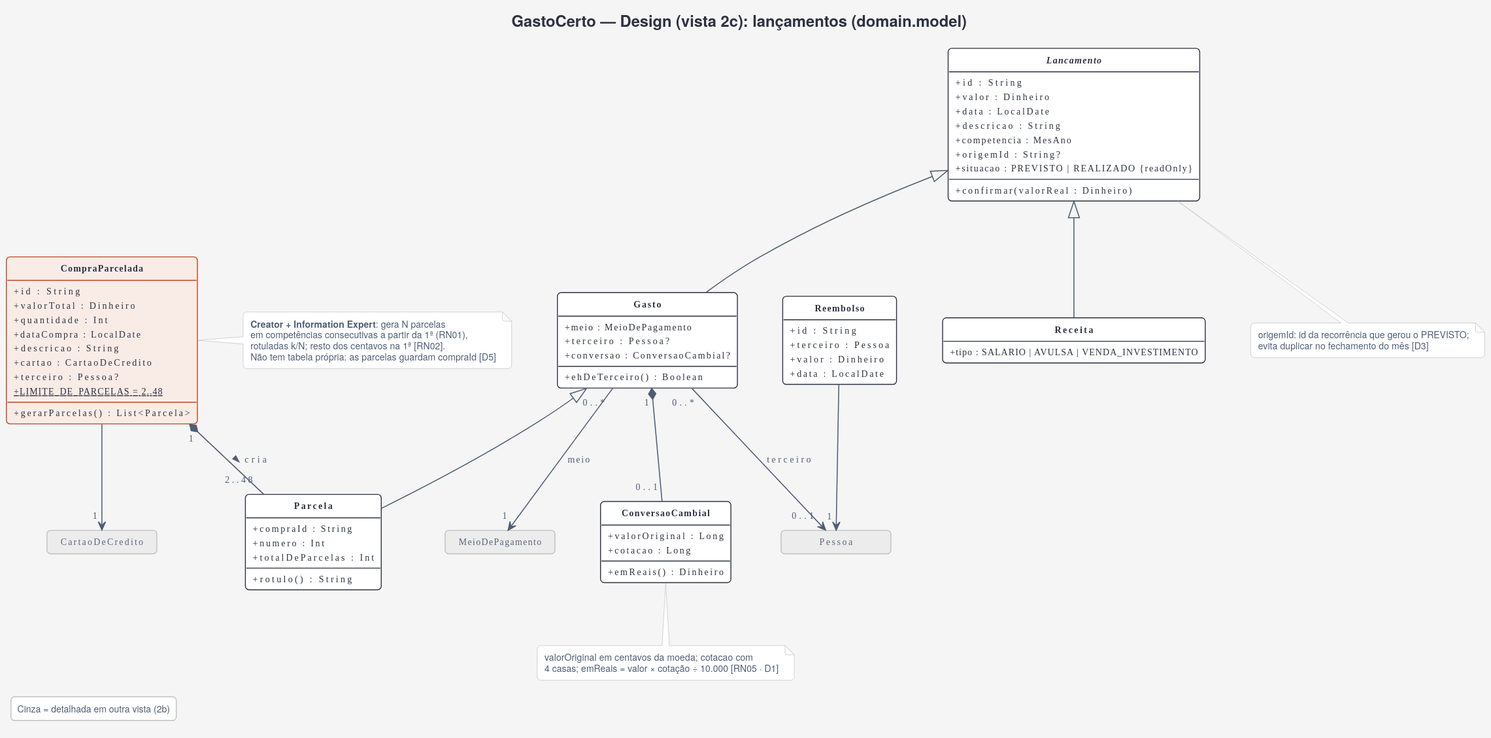
gabrielfbarbosa/gasto-certo keeps this PlantUML diagram as docs/uml/design-2c-dominio-lancamentos.svg. Above is the earlier version.
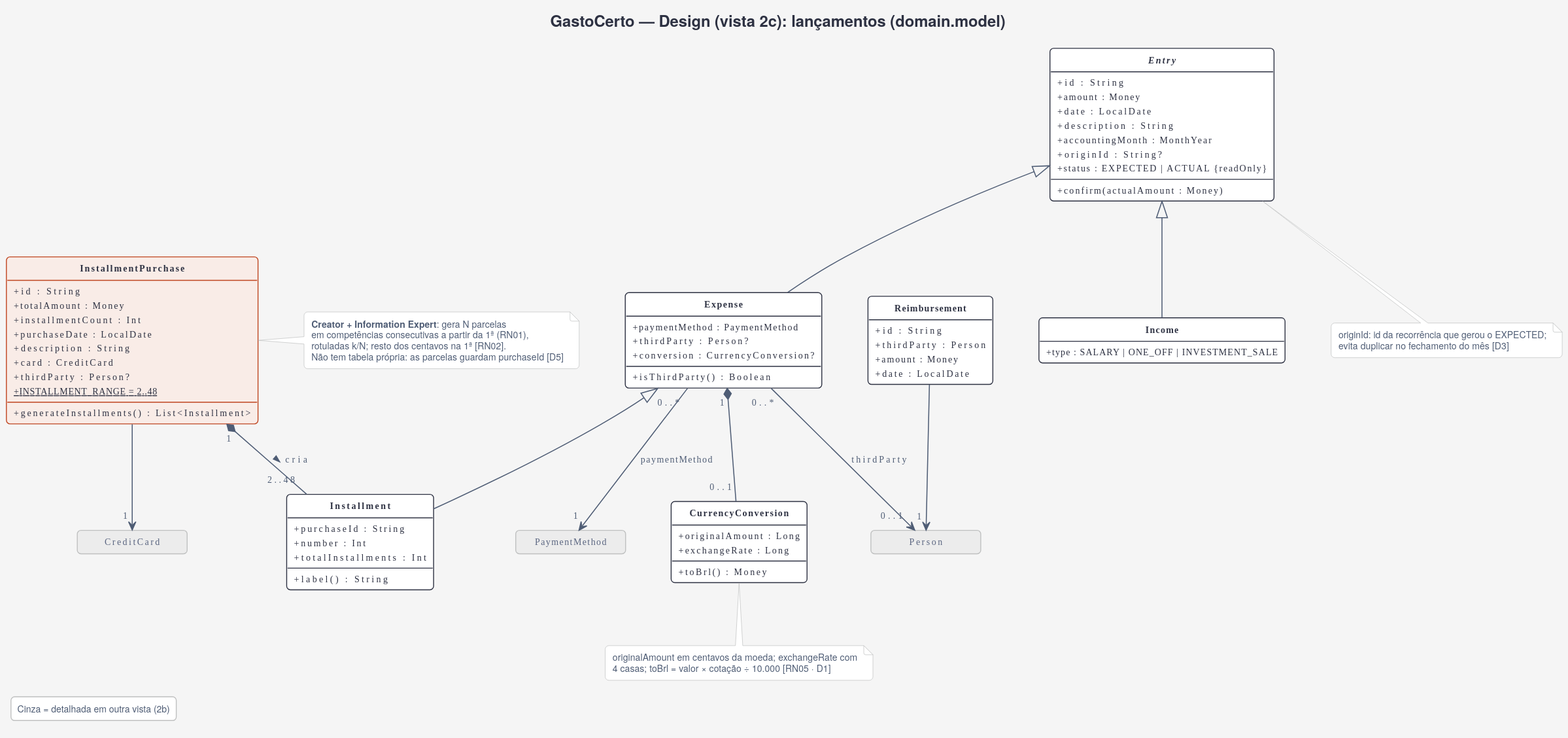
The same diagram one commit later.

Diff of the diagram source:
```diff
@@ -7,79 +7,79 @@
 hide <<foco>> stereotype
 title GastoCerto — Design (vista 2c): lançamentos (domain.model)
 
-abstract class Lancamento {
+abstract class Entry {
   + id : String
-  + valor : Dinheiro
-  + data : LocalDate
-  + descricao : String
-  + competencia : MesAno
-  + origemId : String?
-  + situacao : PREVISTO | REALIZADO {readOnly}
-  + confirmar(valorReal : Dinheiro)
+  + amount : Money
+  + date : LocalDate
+  + description : String
+  + accountingMonth : MonthYear
+  + originId : String?
+  + status : EXPECTED | ACTUAL {readOnly}
+  + confirm(actualAmount : Money)
 }
-class Gasto {
-  + meio : MeioDePagamento
-  + terceiro : Pessoa?
-  + conversao : ConversaoCambial?
-  + ehDeTerceiro() : Boolean
+class Expense {
+  + paymentMethod : PaymentMethod
+  + thirdParty : Person?
+  + conversion : CurrencyConversion?
+  + isThirdParty() : Boolean
 }
-class Parcela {
-  + compraId : String
-  + numero : Int
-  + totalDeParcelas : Int
-  + rotulo() : String
+class Installment {
+  + purchaseId : String
+  + number : Int
+  + totalInstallments : Int
+  + label() : String
 }
-class Receita {
-  + tipo : SALARIO | AVULSA | VENDA_INVESTIMENTO
+class Income {
+  + type : SALARY | ONE_OFF | INVESTMENT_SALE
 }
-class CompraParcelada <<foco>> {
+class InstallmentPurchase <<foco>> {
   + id : String
-  + valorTotal : Dinheiro
-  + quantidade : Int
-  + dataCompra : LocalDate
-  + descricao : String
-  + cartao : CartaoDeCredito
-  + terceiro : Pessoa?
-  + {static} LIMITE_DE_PARCELAS = 2..48
-  + gerarParcelas() : List<Parcela>
+  + totalAmount : Money
+  + installmentCount : Int
+  + purchaseDate : LocalDate
+  + description : String
+  + card : CreditCard
+  + thirdParty : Person?
+  + {static} INSTALLMENT_RANGE = 2..48
+  + generateInstallments() : List<Installment>
 }
-class ConversaoCambial {
-  + valorOriginal : Long
-  + cotacao : Long
-  + emReais() : Dinheiro
+class CurrencyConversion {
+  + originalAmount : Long
+  + exchangeRate : Long
+  + toBrl() : Money
 }
-class Reembolso {
+class Reimbursement {
   + id : String
-  + terceiro : Pessoa
-  + valor : Dinheiro
-  + data : LocalDate
+  + thirdParty : Person
+  + amount : Money
+  + date : LocalDate
 }
-class MeioDePagamento <<ref>>
-class CartaoDeCredito <<ref>>
-class Pessoa <<ref>>
+class PaymentMethod <<ref>>
+class CreditCard <<ref>>
+class Person <<ref>>
 
-Lancamento <|-- Gasto
-Lancamento <|-- Receita
-Gasto <|-- Parcela
-Gasto "0..*" --> "1" MeioDePagamento : meio
-Gasto "0..*" --> "0..1" Pessoa : terceiro
-Gasto "1" *-- "0..1" ConversaoCambial
-CompraParcelada "1" *-- "2..48" Parcela : cria >
-CompraParcelada --> "1" CartaoDeCredito
-Reembolso --> "1" Pessoa
+Entry <|-- Expense
+Entry <|-- Income
+Expense <|-- Installment
+Expense "0..*" --> "1" PaymentMethod : paymentMethod
+Expense "0..*" --> "0..1" Person : thirdParty
+Expense "1" *-- "0..1" CurrencyConversion
+InstallmentPurchase "1" *-- "2..48" Installment : cria >
+InstallmentPurchase --> "1" CreditCard
+Reimbursement --> "1" Person
 
-note right of CompraParcelada
+note right of InstallmentPurchase
   <b>Creator + Information Expert</b>: gera N parcelas
   em competências consecutivas a partir da 1ª (RN01),
   rotuladas k/N; resto dos centavos na 1ª [RN02].
-  Não tem tabela própria: as parcelas guardam compraId [D5]
+  Não tem tabela própria: as parcelas guardam purchaseId [D5]
 end note
-note bottom of ConversaoCambial
-  valorOriginal em centavos da moeda; cotacao com
-  4 casas; emReais = valor × cotação ÷ 10.000 [RN05 · D1]
+note bottom of CurrencyConversion
+  originalAmount em centavos da moeda; exchangeRate com
+  4 casas; toBrl = valor × cotação ÷ 10.000 [RN05 · D1]
 end note
-note bottom of Lancamento
-  origemId: id da recorrência que gerou o PREVISTO;
+note bottom of Entry
+  originId: id da recorrência que gerou o EXPECTED;
   evita duplicar no fechamento do mês [D3]
 end note
 legend left
```
